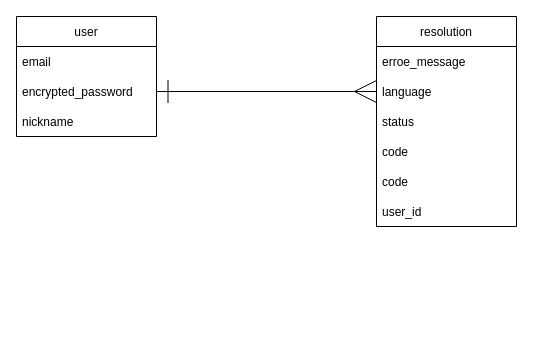
Above: db.dio in tyomo-kei/output (draw.io), before the change. Source tidied: cells renumbered, new cells numbered last; positions are measured from the earlier drawing's top-left corner, leaving out a move shared by most shapes. Both pictures are drawn from the tidied source at 100%, with x=0, y=0 at pixel (16, 16).
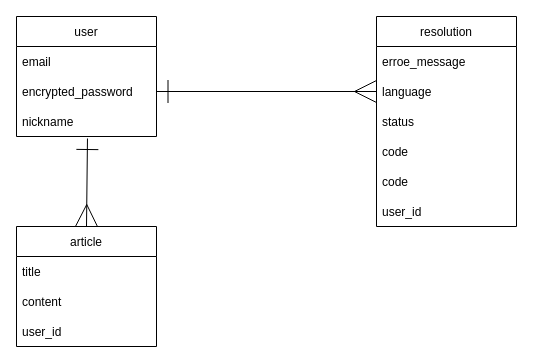
Above is the later version.

Diff of the diagram source:
```diff
@@
 <mxGraphModel>
   <root>
     <mxCell id="0" />
     <mxCell id="1" parent="0" />
     <mxCell id="2" value="user" style="swimlane;fontStyle=0;horizontal=1;startSize=30;" parent="1" vertex="1">
       <mxGeometry width="140" height="120" as="geometry" />
     </mxCell>
     <mxCell id="3" value="email" style="text;strokeColor=none;fillColor=none;align=left;verticalAlign=middle;spacingLeft=4;spacingRight=4;overflow=hidden;" parent="2" vertex="1">
       <mxGeometry y="30" width="140" height="30" as="geometry" />
     </mxCell>
     <mxCell id="4" value="encrypted_password" style="text;strokeColor=none;fillColor=none;align=left;verticalAlign=middle;spacingLeft=4;spacingRight=4;overflow=hidden;" parent="2" vertex="1">
       <mxGeometry y="60" width="140" height="30" as="geometry" />
     </mxCell>
     <mxCell id="5" value="nickname" style="text;strokeColor=none;fillColor=none;align=left;verticalAlign=middle;spacingLeft=4;spacingRight=4;overflow=hidden;points=[[0,0.5],[1,0.5]];portConstraint=eastwest;" parent="2" vertex="1">
       <mxGeometry y="90" width="140" height="30" as="geometry" />
     </mxCell>
     <mxCell id="6" value="resolution" style="swimlane;fontStyle=0;horizontal=1;startSize=30;" parent="1" vertex="1">
       <mxGeometry x="360" width="140" height="210" as="geometry" />
     </mxCell>
     <mxCell id="7" value="erroe_message" style="text;strokeColor=none;fillColor=none;align=left;verticalAlign=middle;spacingLeft=4;spacingRight=4;overflow=hidden;" parent="6" vertex="1">
       <mxGeometry y="30" width="140" height="30" as="geometry" />
     </mxCell>
     <mxCell id="8" value="language" style="text;strokeColor=none;fillColor=none;align=left;verticalAlign=middle;spacingLeft=4;spacingRight=4;overflow=hidden;points=[[0,0.5],[1,0.5]];portConstraint=eastwest;" parent="6" vertex="1">
       <mxGeometry y="60" width="140" height="30" as="geometry" />
     </mxCell>
     <mxCell id="9" value="status" style="text;strokeColor=none;fillColor=none;align=left;verticalAlign=middle;spacingLeft=4;spacingRight=4;overflow=hidden;" parent="6" vertex="1">
       <mxGeometry y="90" width="140" height="30" as="geometry" />
     </mxCell>
     <mxCell id="10" value="code" style="text;strokeColor=none;fillColor=none;align=left;verticalAlign=middle;spacingLeft=4;spacingRight=4;overflow=hidden;" parent="6" vertex="1">
       <mxGeometry y="120" width="140" height="30" as="geometry" />
     </mxCell>
     <mxCell id="11" value="code" style="text;strokeColor=none;fillColor=none;align=left;verticalAlign=middle;spacingLeft=4;spacingRight=4;overflow=hidden;" parent="6" vertex="1">
       <mxGeometry y="150" width="140" height="30" as="geometry" />
     </mxCell>
     <mxCell id="12" value="user_id" style="text;strokeColor=none;fillColor=none;align=left;verticalAlign=middle;spacingLeft=4;spacingRight=4;overflow=hidden;" parent="6" vertex="1">
       <mxGeometry y="180" width="140" height="30" as="geometry" />
     </mxCell>
     <mxCell id="13" style="edgeStyle=none;html=1;exitX=1;exitY=0.5;exitDx=0;exitDy=0;entryX=0;entryY=0.5;entryDx=0;entryDy=0;startArrow=ERone;startFill=0;targetPerimeterSpacing=20;endArrow=ERmany;endFill=0;sourcePerimeterSpacing=20;endSize=20;startSize=21;" parent="1" edge="1" target="8">
       <mxGeometry relative="1" as="geometry">
         <mxPoint x="140" y="75" as="sourcePoint" />
       </mxGeometry>
     </mxCell>
+    <mxCell id="14" style="edgeStyle=none;html=1;exitX=0.507;exitY=1.067;exitDx=0;exitDy=0;startArrow=ERone;startFill=0;endArrow=ERmany;endFill=0;endSize=20;startSize=20;targetPerimeterSpacing=20;sourcePerimeterSpacing=20;exitPerimeter=0;entryX=0.5;entryY=0;entryDx=0;entryDy=0;" parent="1" edge="1" source="5" target="15">
+      <mxGeometry relative="1" as="geometry" />
+    </mxCell>
+    <mxCell id="15" value="article" style="swimlane;fontStyle=0;horizontal=1;startSize=30;" parent="1" vertex="1">
+      <mxGeometry y="210" width="140" height="120" as="geometry" />
+    </mxCell>
+    <mxCell id="16" value="title" style="text;strokeColor=none;fillColor=none;align=left;verticalAlign=middle;spacingLeft=4;spacingRight=4;overflow=hidden;" parent="15" vertex="1">
+      <mxGeometry y="30" width="140" height="30" as="geometry" />
+    </mxCell>
+    <mxCell id="17" value="content" style="text;strokeColor=none;fillColor=none;align=left;verticalAlign=middle;spacingLeft=4;spacingRight=4;overflow=hidden;" parent="15" vertex="1">
+      <mxGeometry y="60" width="140" height="30" as="geometry" />
+    </mxCell>
+    <mxCell id="18" value="user_id" style="text;strokeColor=none;fillColor=none;align=left;verticalAlign=middle;spacingLeft=4;spacingRight=4;overflow=hidden;" parent="15" vertex="1">
+      <mxGeometry y="90" width="140" height="30" as="geometry" />
+    </mxCell>
   </root>
 </mxGraphModel>
```
